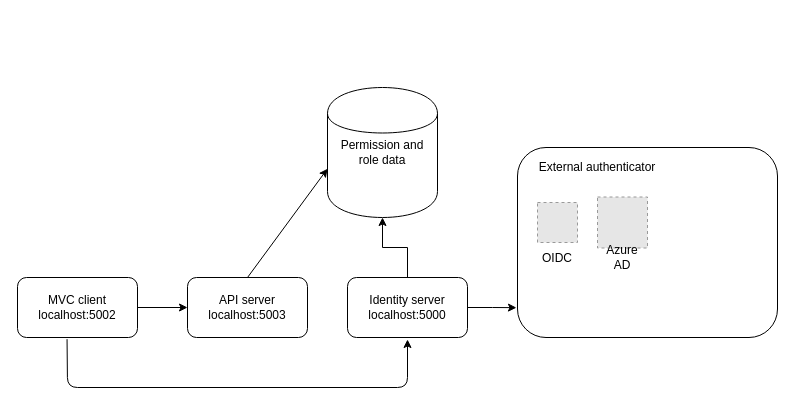
Kahdeg-15520487/is4_test keeps this draw.io diagram as presentation/architect.drawio. Above is the earlier version. Source tidied: cells renumbered, new cells numbered last; positions are measured from the earlier drawing's top-left corner, leaving out a move shared by most shapes. Both pictures are drawn from the tidied source at 100%, with x=0, y=0 at pixel (17, 87). Pictures stored in the file or linked from it are replaced by grey dashed boxes.
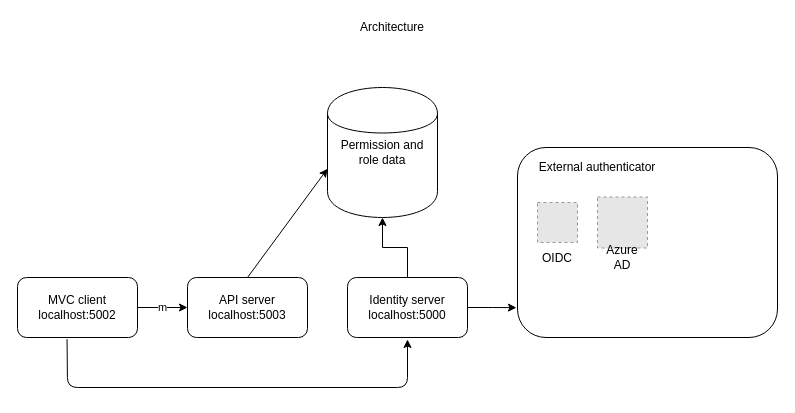
The same diagram, later.

The change refers to these unchanged cells:
```xml
<mxCell id="3" value="MVC client&lt;br&gt;localhost:5002" style="rounded=1;whiteSpace=wrap;html=1;" parent="1" vertex="1">
  <mxGeometry y="190" width="120" height="60" as="geometry" />
</mxCell>
<mxCell id="4" value="API server&lt;br&gt;localhost:5003" style="rounded=1;whiteSpace=wrap;html=1;" parent="1" vertex="1">
  <mxGeometry x="170" y="190" width="120" height="60" as="geometry" />
</mxCell>
```

Diff of the diagram source:
```diff
@@
-    <mxCell id="2" style="edgeStyle=orthogonalEdgeStyle;rounded=0;jettySize=auto;html=1;exitX=1;exitY=0.5;exitDx=0;exitDy=0;entryX=0;entryY=0.5;entryDx=0;entryDy=0;" parent="1" edge="1" source="3" target="4">
+    <mxCell id="2" value="m" style="edgeStyle=orthogonalEdgeStyle;rounded=0;jettySize=auto;html=1;exitX=1;exitY=0.5;exitDx=0;exitDy=0;entryX=0;entryY=0.5;entryDx=0;entryDy=0;" parent="1" edge="1" source="3" target="4">
       <mxGeometry relative="1" as="geometry" />
     </mxCell>
@@
+    <mxCell id="18" value="Architecture" style="text;html=1;strokeColor=none;fillColor=none;align=center;verticalAlign=middle;whiteSpace=wrap;rounded=0;" parent="1" vertex="1">
+      <mxGeometry x="300" y="-70" width="150" height="20" as="geometry" />
+    </mxCell>
```
